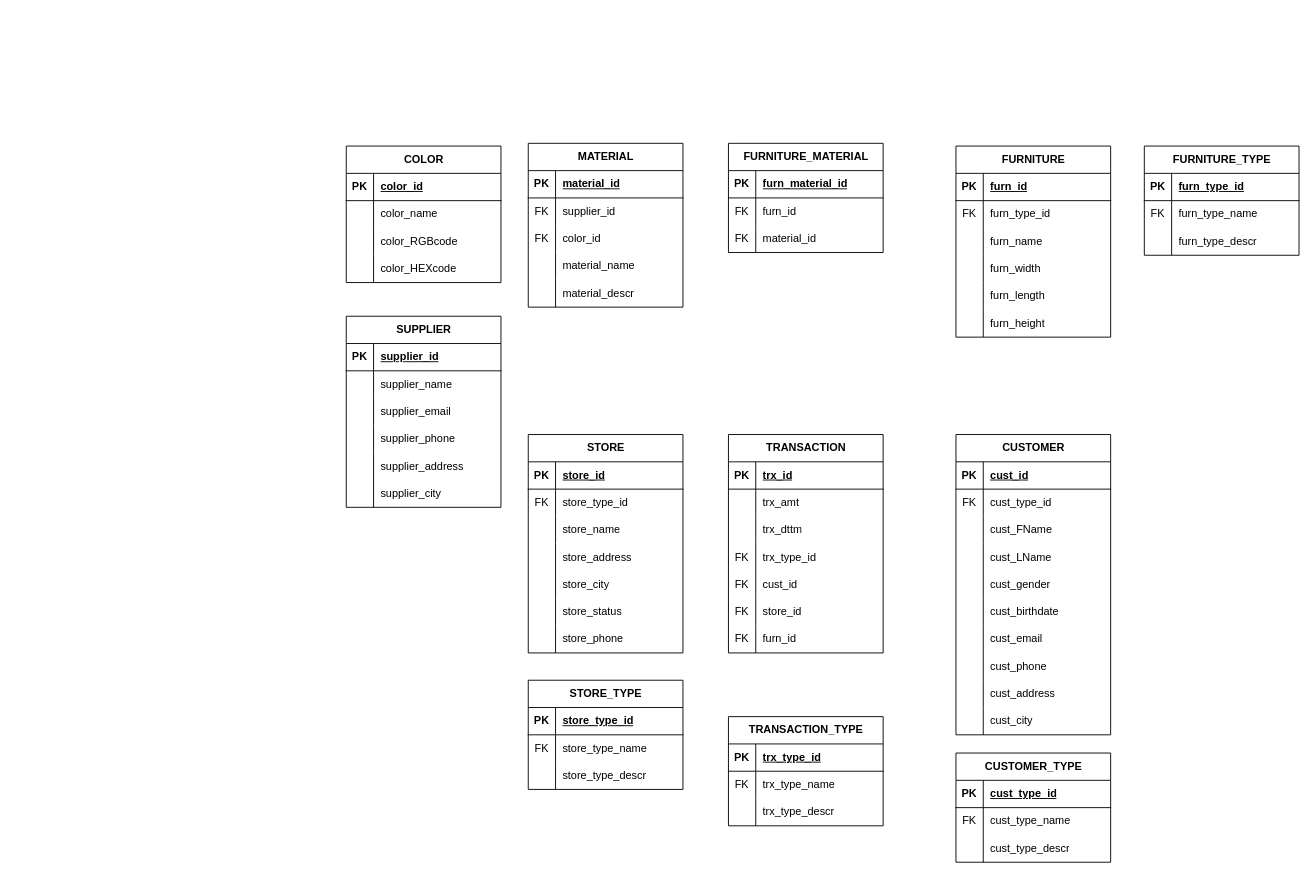
The draw.io diagram Furniture ERD.drawio in konyrbay/data_engineer_course, before the edit. Source tidied: cells renumbered, new cells numbered last; positions are measured from the earlier drawing's top-left corner, leaving out a move shared by most shapes. Both pictures are drawn from the tidied source at 91%, with x=0, y=0 at pixel (346, 143).
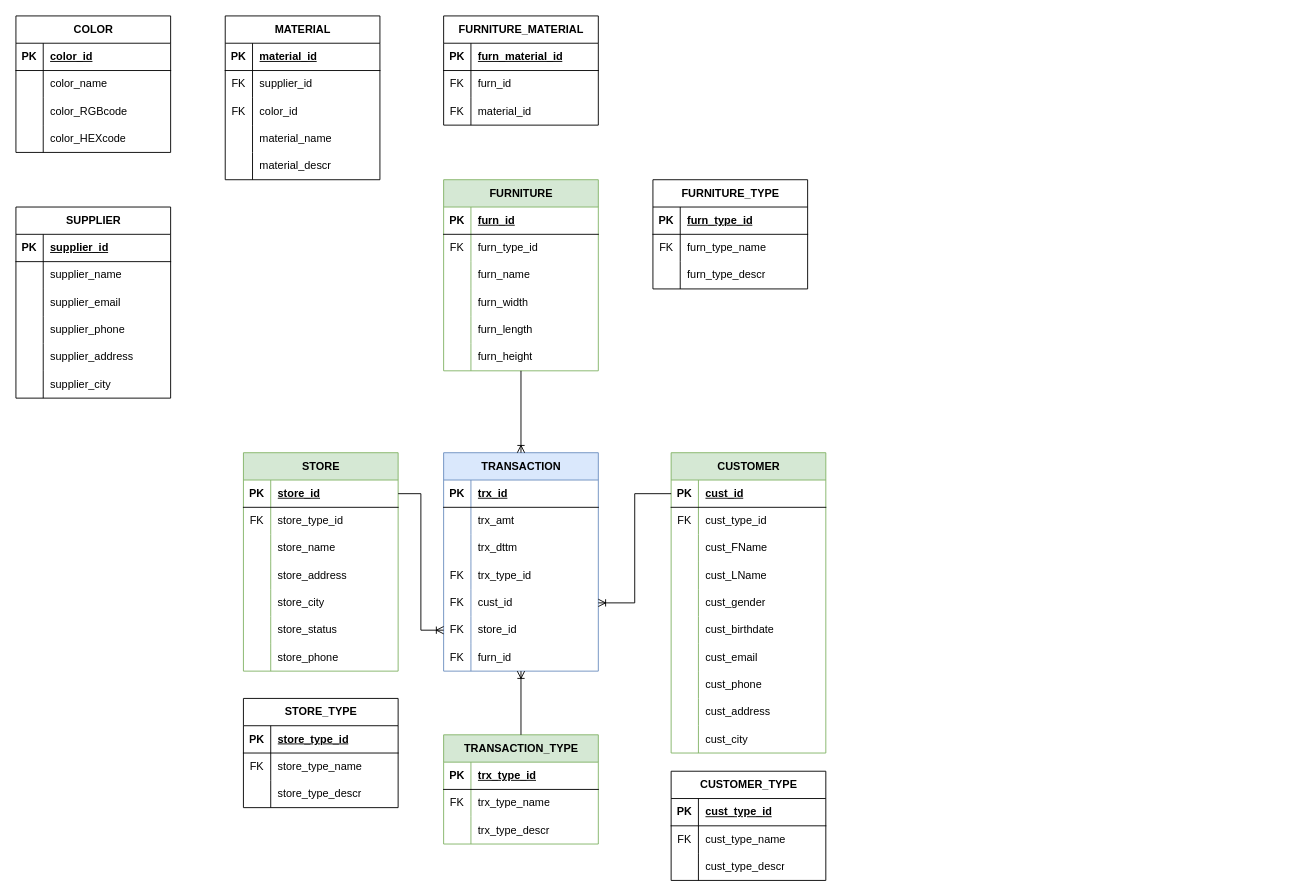
The same diagram, later.

The change refers to these unchanged cells:
```xml
<mxCell id="15" style="shape=tableRow;horizontal=0;startSize=0;swimlaneHead=0;swimlaneBody=0;fillColor=none;points=[[0,0.5],[1,0.5]];portConstraint=eastwest;top=0;left=0;right=0;bottom=0;" parent="2" vertex="1">
  <mxGeometry y="150" width="170" height="30" as="geometry" />
</mxCell>
<mxCell id="18" style="shape=tableRow;horizontal=0;startSize=0;swimlaneHead=0;swimlaneBody=0;fillColor=none;points=[[0,0.5],[1,0.5]];portConstraint=eastwest;top=0;left=0;right=0;bottom=0;" parent="2" vertex="1">
  <mxGeometry y="180" width="170" height="30" as="geometry" />
</mxCell>
<mxCell id="25" style="shape=tableRow;horizontal=0;startSize=0;swimlaneHead=0;swimlaneBody=0;fillColor=none;points=[[0,0.5],[1,0.5]];portConstraint=eastwest;top=0;left=0;right=0;bottom=1;" parent="24" vertex="1">
  <mxGeometry y="30" width="170" height="30" as="geometry" />
</mxCell>
<mxCell id="66" style="shape=tableRow;horizontal=0;startSize=0;swimlaneHead=0;swimlaneBody=0;fillColor=none;points=[[0,0.5],[1,0.5]];portConstraint=eastwest;top=0;left=0;right=0;bottom=1;" parent="65" vertex="1">
  <mxGeometry y="30" width="170" height="30" as="geometry" />
</mxCell>
```

What changed in the source:
```diff
@@
-    <mxCell id="2" value="TRANSACTION" style="shape=table;startSize=30;childLayout=tableLayout;rowLines=0;fontStyle=1;align=center;html=1;" parent="1" vertex="1">
-      <mxGeometry x="420" y="320" width="170" height="240" as="geometry" />
+    <mxCell id="2" value="TRANSACTION" style="shape=table;startSize=30;childLayout=tableLayout;rowLines=0;fontStyle=1;align=center;html=1;fillColor=#dae8fc;strokeColor=#6c8ebf;" parent="1" vertex="1">
+      <mxGeometry x="107" y="340" width="170" height="240" as="geometry" />
     </mxCell>
@@
-    <mxCell id="24" value="CUSTOMER" style="shape=table;startSize=30;childLayout=tableLayout;rowLines=0;fontStyle=1;align=center;html=1;" parent="1" vertex="1">
-      <mxGeometry x="670" y="320" width="170" height="330" as="geometry" />
+    <mxCell id="24" value="CUSTOMER" style="shape=table;startSize=30;childLayout=tableLayout;rowLines=0;fontStyle=1;align=center;html=1;fillColor=#d5e8d4;strokeColor=#82b366;" parent="1" vertex="1">
+      <mxGeometry x="357" y="340" width="170" height="330" as="geometry" />
     </mxCell>
@@
     <mxCell id="55" value="CUSTOMER_TYPE" style="shape=table;startSize=30;childLayout=tableLayout;rowLines=0;fontStyle=1;align=center;html=1;" parent="1" vertex="1">
-      <mxGeometry x="670" y="670" width="170" height="120" as="geometry" />
+      <mxGeometry x="357" y="690" width="170" height="120" as="geometry" />
     </mxCell>
@@
-    <mxCell id="65" value="STORE" style="shape=table;startSize=30;childLayout=tableLayout;rowLines=0;fontStyle=1;align=center;html=1;" parent="1" vertex="1">
-      <mxGeometry x="200" y="320" width="170" height="240" as="geometry" />
+    <mxCell id="65" value="STORE" style="shape=table;startSize=30;childLayout=tableLayout;rowLines=0;fontStyle=1;align=center;html=1;fillColor=#d5e8d4;strokeColor=#82b366;" parent="1" vertex="1">
+      <mxGeometry x="-113" y="340" width="170" height="240" as="geometry" />
     </mxCell>
@@
     <mxCell id="87" value="STORE_TYPE" style="shape=table;startSize=30;childLayout=tableLayout;rowLines=0;fontStyle=1;align=center;html=1;" parent="1" vertex="1">
-      <mxGeometry x="200" y="590" width="170" height="120" as="geometry" />
+      <mxGeometry x="-113" y="610" width="170" height="120" as="geometry" />
     </mxCell>
@@
-    <mxCell id="97" value="TRANSACTION_TYPE" style="shape=table;startSize=30;childLayout=tableLayout;rowLines=0;fontStyle=1;align=center;html=1;" parent="1" vertex="1">
-      <mxGeometry x="420" y="630" width="170" height="120" as="geometry" />
+    <mxCell id="97" value="TRANSACTION_TYPE" style="shape=table;startSize=30;childLayout=tableLayout;rowLines=0;fontStyle=1;align=center;html=1;fillColor=#d5e8d4;strokeColor=#82b366;" parent="1" vertex="1">
+      <mxGeometry x="107" y="650" width="170" height="120" as="geometry" />
     </mxCell>
@@
-    <mxCell id="107" value="FURNITURE" style="shape=table;startSize=30;childLayout=tableLayout;rowLines=0;fontStyle=1;align=center;html=1;" parent="1" vertex="1">
-      <mxGeometry x="670" y="3" width="170" height="210" as="geometry" />
+    <mxCell id="107" value="FURNITURE" style="shape=table;startSize=30;childLayout=tableLayout;rowLines=0;fontStyle=1;align=center;html=1;fillColor=#d5e8d4;strokeColor=#82b366;" parent="1" vertex="1">
+      <mxGeometry x="107" y="40" width="170" height="210" as="geometry" />
     </mxCell>
@@
     <mxCell id="126" value="FURNITURE_TYPE" style="shape=table;startSize=30;childLayout=tableLayout;rowLines=0;fontStyle=1;align=center;html=1;" parent="1" vertex="1">
-      <mxGeometry x="877" y="3" width="170" height="120" as="geometry" />
+      <mxGeometry x="337" y="40" width="170" height="120" as="geometry" />
     </mxCell>
@@
     <mxCell id="136" value="MATERIAL" style="shape=table;startSize=30;childLayout=tableLayout;rowLines=0;fontStyle=1;align=center;html=1;" parent="1" vertex="1">
-      <mxGeometry x="200" width="170" height="180" as="geometry" />
+      <mxGeometry x="-133" y="-140" width="170" height="180" as="geometry" />
     </mxCell>
@@
     <mxCell id="152" value="COLOR" style="shape=table;startSize=30;childLayout=tableLayout;rowLines=0;fontStyle=1;align=center;html=1;" parent="1" vertex="1">
-      <mxGeometry y="3" width="170" height="150" as="geometry" />
+      <mxGeometry x="-363" y="-140" width="170" height="150" as="geometry" />
     </mxCell>
@@
     <mxCell id="165" value="SUPPLIER" style="shape=table;startSize=30;childLayout=tableLayout;rowLines=0;fontStyle=1;align=center;html=1;" parent="1" vertex="1">
-      <mxGeometry y="190" width="170" height="210" as="geometry" />
+      <mxGeometry x="-363" y="70" width="170" height="210" as="geometry" />
     </mxCell>
@@
     <mxCell id="184" value="FURNITURE_MATERIAL" style="shape=table;startSize=30;childLayout=tableLayout;rowLines=0;fontStyle=1;align=center;html=1;" parent="1" vertex="1">
-      <mxGeometry x="420" width="170" height="120" as="geometry" />
+      <mxGeometry x="107" y="-140" width="170" height="120" as="geometry" />
     </mxCell>
@@
+    <mxCell id="194" style="fontSize=12;html=1;endArrow=ERoneToMany;rounded=0;" parent="1" edge="1" source="97" target="2">
+      <mxGeometry relative="1" as="geometry" />
+    </mxCell>
+    <mxCell id="195" style="fontSize=12;html=1;endArrow=ERoneToMany;rounded=0;exitX=0;exitY=0.5;exitDx=0;exitDy=0;entryX=1;entryY=0.5;entryDx=0;entryDy=0;edgeStyle=orthogonalEdgeStyle;" parent="1" edge="1" source="25" target="15">
+      <mxGeometry relative="1" as="geometry" />
+    </mxCell>
+    <mxCell id="196" style="fontSize=12;html=1;endArrow=ERoneToMany;rounded=0;exitX=1;exitY=0.5;exitDx=0;exitDy=0;entryX=0;entryY=0.5;entryDx=0;entryDy=0;edgeStyle=orthogonalEdgeStyle;" parent="1" edge="1" source="66" target="18">
+      <mxGeometry relative="1" as="geometry" />
+    </mxCell>
+    <mxCell id="197" style="fontSize=12;html=1;endArrow=ERoneToMany;rounded=0;edgeStyle=orthogonalEdgeStyle;" parent="1" edge="1" source="107" target="2">
+      <mxGeometry relative="1" as="geometry" />
+    </mxCell>
```
